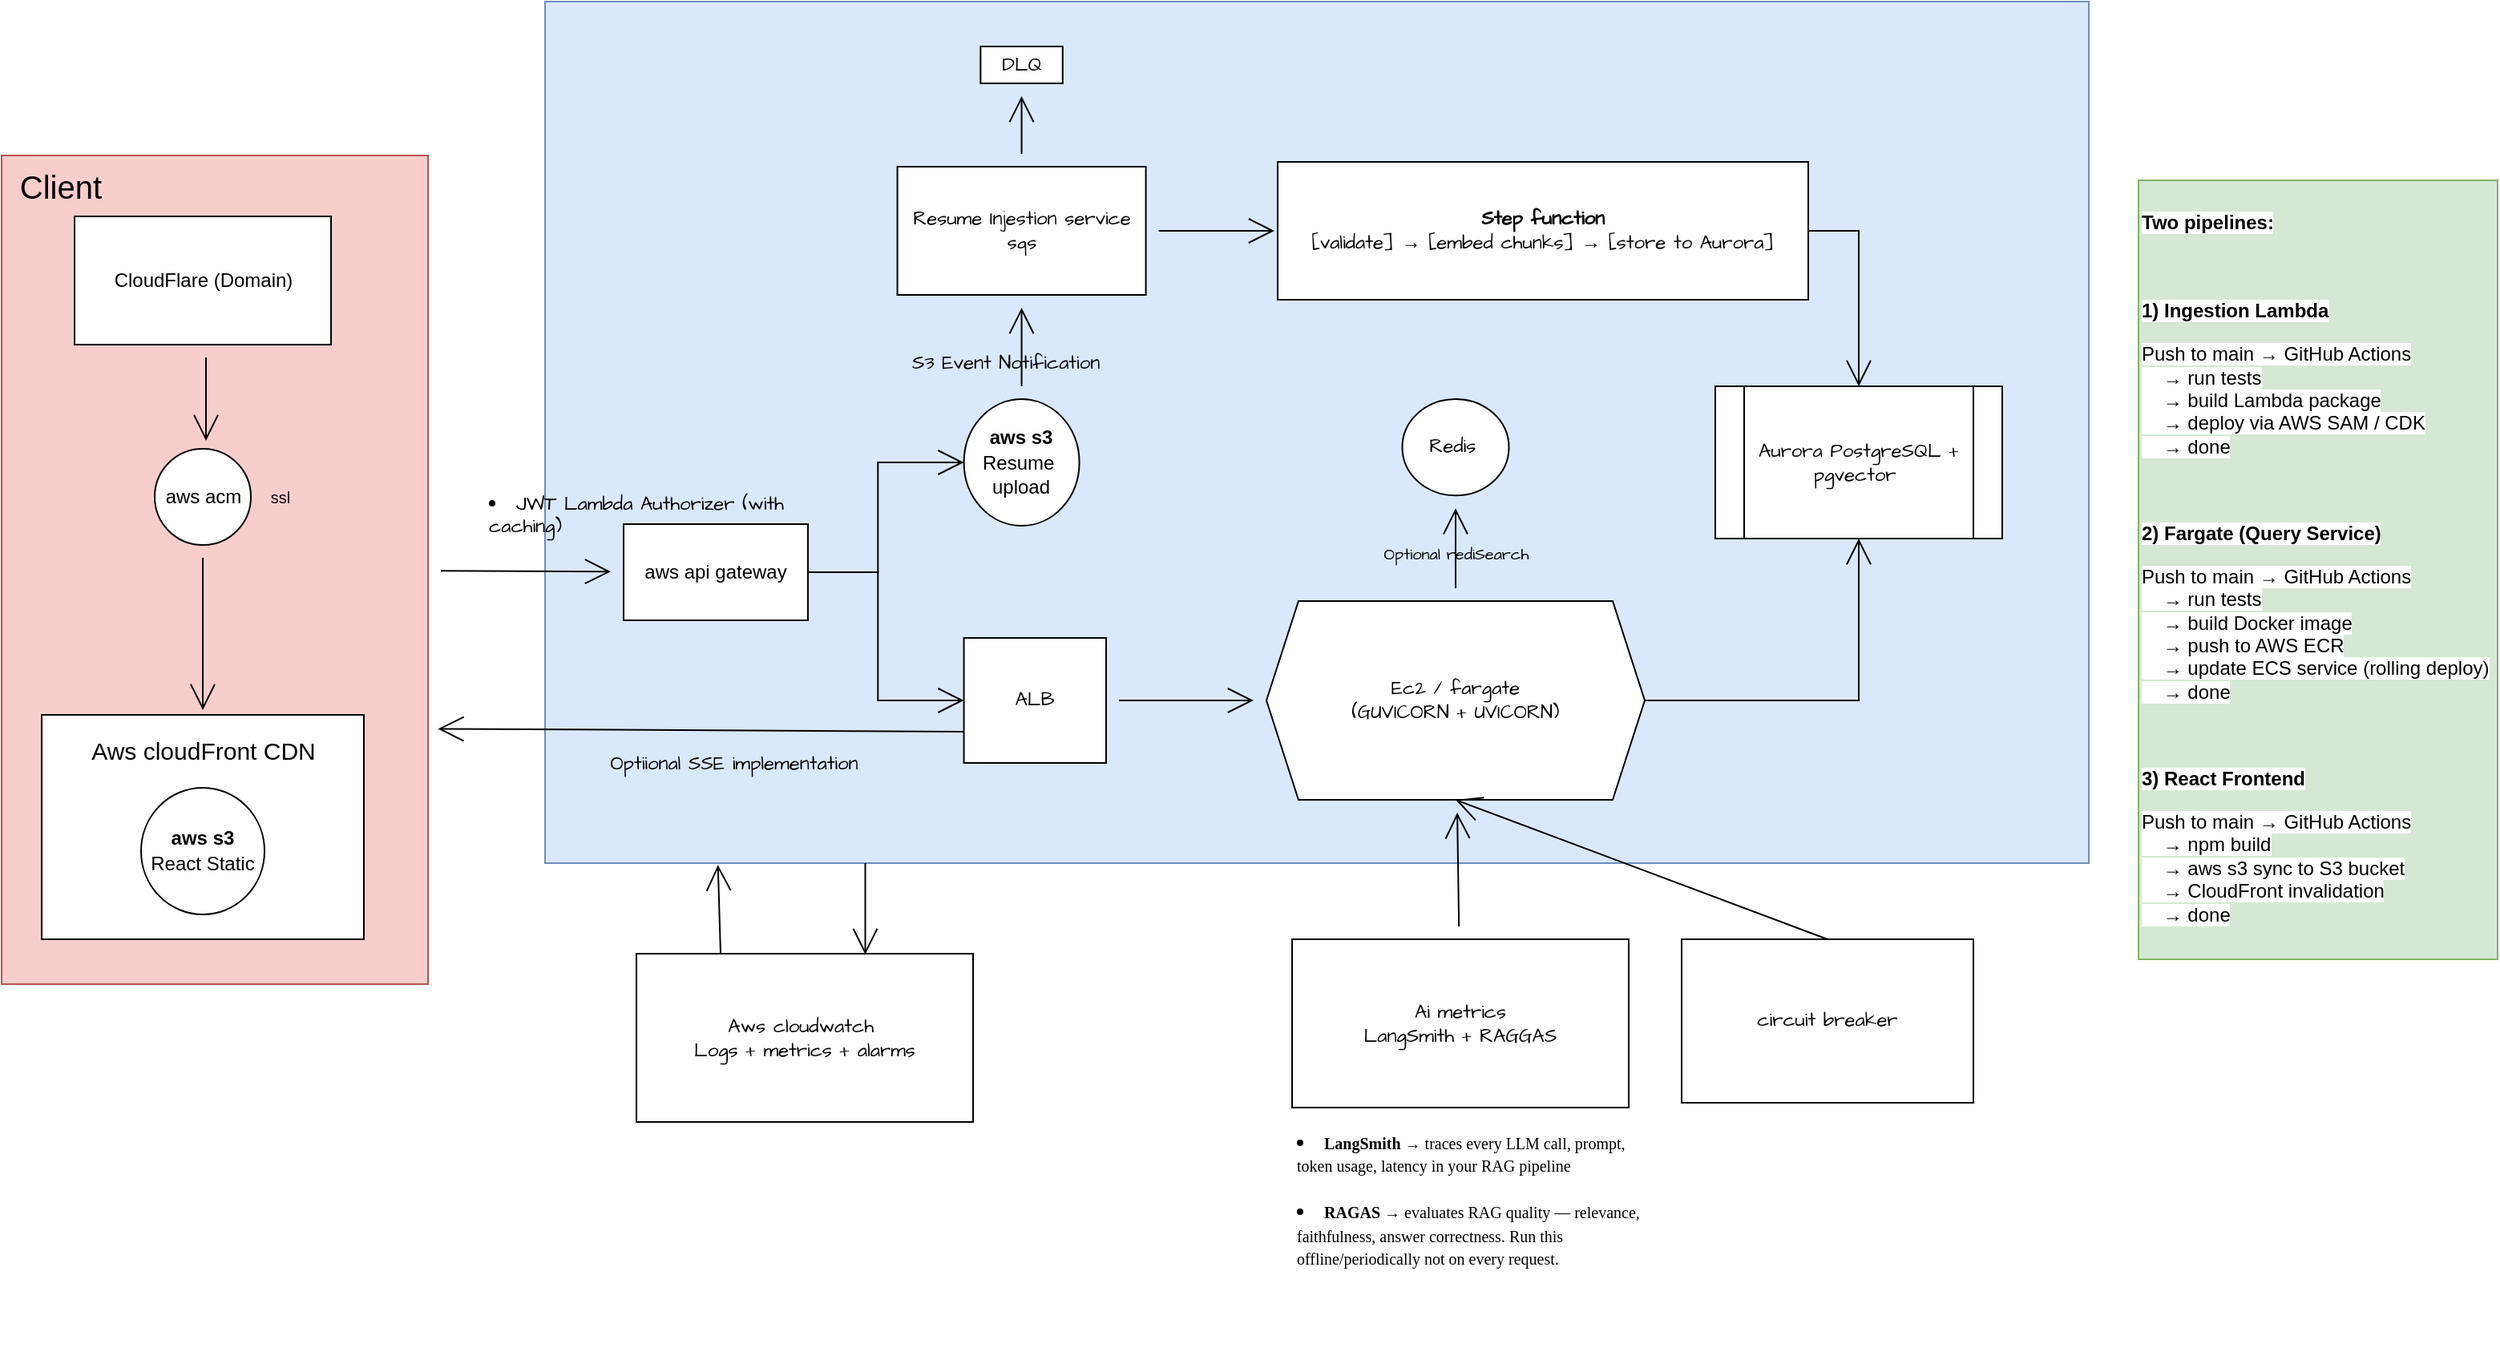
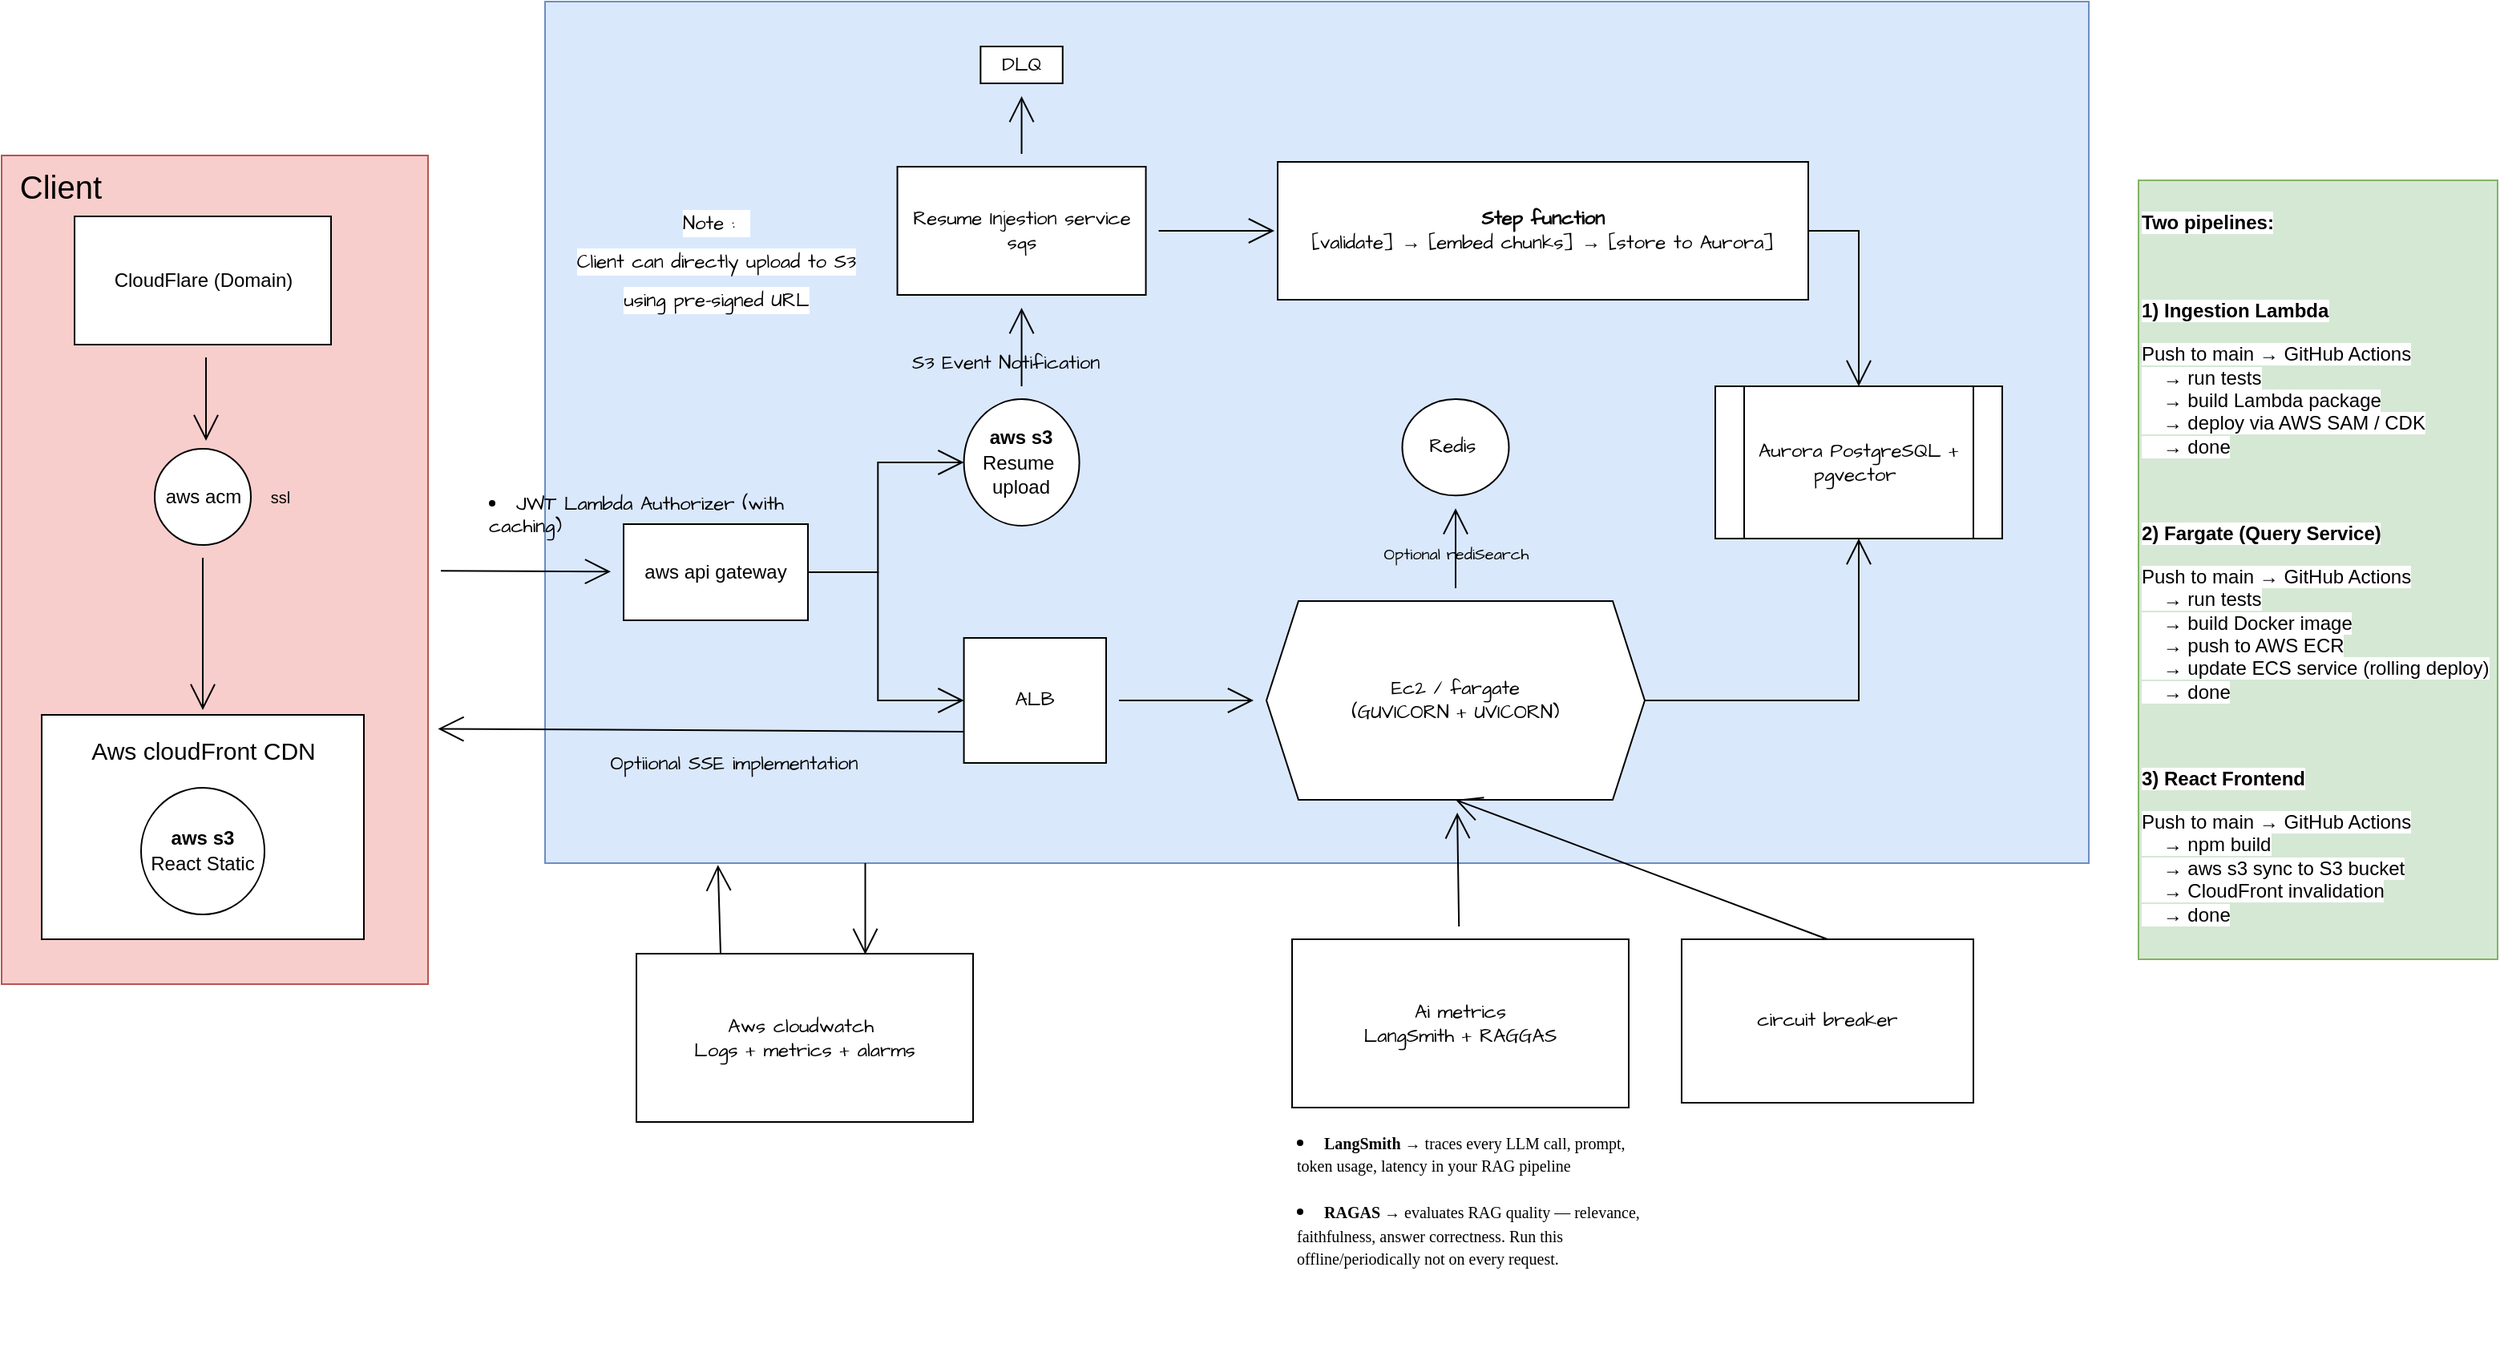
<mxfile host="app.diagrams.net">
  <diagram name="Page-1" id="SOHPCcRNUhLTlrNE90n2">
-     <mxGraphModel dx="2760" dy="1299" grid="0" gridSize="10" guides="1" tooltips="1" connect="1" arrows="1" fold="1" page="0" pageScale="1" pageWidth="850" pageHeight="1100" math="0" shadow="0">
+     <mxGraphModel dx="3087" dy="1448" grid="0" gridSize="10" guides="1" tooltips="1" connect="1" arrows="1" fold="1" page="0" pageScale="1" pageWidth="850" pageHeight="1100" math="0" shadow="0">
      <root>
        <mxCell id="0" />
        <mxCell id="1" parent="0" />
        <mxCell id="rra6tTRvJPethr66ALMW-70" parent="1" style="rounded=0;whiteSpace=wrap;html=1;fontFamily=Architects Daughter;fontSource=https%3A%2F%2Ffonts.googleapis.com%2Fcss%3Ffamily%3DArchitects%2BDaughter;fillColor=#dae8fc;strokeColor=#6c8ebf;" value="" vertex="1">
          <mxGeometry height="537.5" width="963" x="-361" y="-367" as="geometry" />
        </mxCell>
        <mxCell id="rra6tTRvJPethr66ALMW-63" edge="1" parent="1" source="rra6tTRvJPethr66ALMW-55" style="edgeStyle=orthogonalEdgeStyle;rounded=0;orthogonalLoop=1;jettySize=auto;html=1;exitX=1;exitY=0.5;exitDx=0;exitDy=0;entryX=0.5;entryY=0;entryDx=0;entryDy=0;fontFamily=Architects Daughter;fontSource=https%3A%2F%2Ffonts.googleapis.com%2Fcss%3Ffamily%3DArchitects%2BDaughter;fontSize=16;startSize=14;endArrow=open;endSize=14;sourcePerimeterSpacing=8;targetPerimeterSpacing=8;" target="rra6tTRvJPethr66ALMW-46">
          <mxGeometry relative="1" as="geometry" />
        </mxCell>
        <mxCell id="rra6tTRvJPethr66ALMW-55" parent="1" style="rounded=0;whiteSpace=wrap;html=1;fontFamily=Architects Daughter;fontSource=https%3A%2F%2Ffonts.googleapis.com%2Fcss%3Ffamily%3DArchitects%2BDaughter;" value="&lt;span style=&quot;text-align: left;&quot;&gt;&lt;b&gt;Step function&lt;/b&gt;&lt;br&gt;[validate] → [embed chunks] → [store to Aurora]&lt;/span&gt;" vertex="1">
          <mxGeometry height="86" width="331" x="96" y="-267" as="geometry" />
        </mxCell>
        <mxCell id="rra6tTRvJPethr66ALMW-19" edge="1" parent="1" source="rra6tTRvJPethr66ALMW-16" style="edgeStyle=none;curved=1;rounded=0;orthogonalLoop=1;jettySize=auto;html=1;fontFamily=Architects Daughter;fontSource=https%3A%2F%2Ffonts.googleapis.com%2Fcss%3Ffamily%3DArchitects%2BDaughter;fontSize=16;startSize=14;endArrow=open;endSize=14;sourcePerimeterSpacing=8;targetPerimeterSpacing=8;" target="rra6tTRvJPethr66ALMW-18" value="">
          <mxGeometry relative="1" as="geometry" />
        </mxCell>
        <mxCell id="rra6tTRvJPethr66ALMW-16" parent="1" style="rounded=0;whiteSpace=wrap;html=1;fontFamily=Architects Daughter;fontSource=https%3A%2F%2Ffonts.googleapis.com%2Fcss%3Ffamily%3DArchitects%2BDaughter;fillColor=#f8cecc;strokeColor=#b85450;" value="" vertex="1">
          <mxGeometry height="517" width="266" x="-700" y="-271" as="geometry" />
        </mxCell>
        <mxCell id="rra6tTRvJPethr66ALMW-2" parent="1" style="rounded=0;whiteSpace=wrap;html=1;fontFamily=Architects Daughter;fontSource=https%3A%2F%2Ffonts.googleapis.com%2Fcss%3Ffamily%3DArchitects%2BDaughter;" value="" vertex="1">
          <mxGeometry height="140" width="201" x="-675" y="78" as="geometry" />
        </mxCell>
        <mxCell id="rra6tTRvJPethr66ALMW-1" parent="1" style="ellipse;whiteSpace=wrap;html=1;fontFamily=Architects Daughter;fontSource=https%3A%2F%2Ffonts.googleapis.com%2Fcss%3Ffamily%3DArchitects%2BDaughter;" value="&lt;font face=&quot;Helvetica&quot;&gt;&lt;b&gt;aws s3&lt;/b&gt;&lt;br&gt;React Static&lt;/font&gt;" vertex="1">
          <mxGeometry height="79" width="77" x="-613" y="123.5" as="geometry" />
        </mxCell>
        <mxCell id="rra6tTRvJPethr66ALMW-3" parent="1" style="text;html=1;whiteSpace=wrap;strokeColor=none;fillColor=none;align=center;verticalAlign=middle;rounded=0;fontSize=20;fontFamily=Helvetica;" value="&lt;font style=&quot;font-size: 15px;&quot;&gt;Aws cloudFront CDN&lt;/font&gt;" vertex="1">
          <mxGeometry height="30" width="186" x="-667.5" y="83" as="geometry" />
        </mxCell>
        <mxCell id="rra6tTRvJPethr66ALMW-10" edge="1" parent="1" style="edgeStyle=none;curved=1;rounded=0;orthogonalLoop=1;jettySize=auto;html=1;fontFamily=Architects Daughter;fontSource=https%3A%2F%2Ffonts.googleapis.com%2Fcss%3Ffamily%3DArchitects%2BDaughter;fontSize=16;startSize=14;endArrow=open;endSize=14;sourcePerimeterSpacing=8;targetPerimeterSpacing=8;" value="">
          <mxGeometry relative="1" as="geometry">
            <mxPoint x="-572.5" y="-145" as="sourcePoint" />
            <mxPoint x="-572.5" y="-93" as="targetPoint" />
          </mxGeometry>
        </mxCell>
        <mxCell id="rra6tTRvJPethr66ALMW-5" parent="1" style="rounded=0;whiteSpace=wrap;html=1;fontFamily=Helvetica;" value="CloudFlare (Domain)" vertex="1">
          <mxGeometry height="80" width="160" x="-654.5" y="-233" as="geometry" />
        </mxCell>
        <mxCell id="rra6tTRvJPethr66ALMW-14" edge="1" parent="1" source="rra6tTRvJPethr66ALMW-12" style="edgeStyle=none;curved=1;rounded=0;orthogonalLoop=1;jettySize=auto;html=1;fontFamily=Architects Daughter;fontSource=https%3A%2F%2Ffonts.googleapis.com%2Fcss%3Ffamily%3DArchitects%2BDaughter;fontSize=16;startSize=14;endArrow=open;endSize=14;sourcePerimeterSpacing=8;targetPerimeterSpacing=8;" target="rra6tTRvJPethr66ALMW-3" value="">
          <mxGeometry relative="1" as="geometry" />
        </mxCell>
        <mxCell id="rra6tTRvJPethr66ALMW-12" parent="1" style="ellipse;whiteSpace=wrap;html=1;fontFamily=Architects Daughter;fontSource=https%3A%2F%2Ffonts.googleapis.com%2Fcss%3Ffamily%3DArchitects%2BDaughter;" value="&lt;font face=&quot;Helvetica&quot;&gt;aws acm&lt;/font&gt;" vertex="1">
          <mxGeometry height="60" width="60" x="-604.5" y="-88" as="geometry" />
        </mxCell>
        <mxCell id="rra6tTRvJPethr66ALMW-15" parent="1" style="text;html=1;whiteSpace=wrap;strokeColor=none;fillColor=none;align=center;verticalAlign=middle;rounded=0;fontSize=10;fontFamily=Helvetica;" value="&lt;font&gt;ssl&lt;/font&gt;" vertex="1">
          <mxGeometry height="18" width="32" x="-542" y="-67" as="geometry" />
        </mxCell>
        <mxCell id="rra6tTRvJPethr66ALMW-17" parent="1" style="text;html=1;whiteSpace=wrap;strokeColor=none;fillColor=none;align=center;verticalAlign=middle;rounded=0;fontSize=20;fontFamily=Architects Daughter;fontSource=https%3A%2F%2Ffonts.googleapis.com%2Fcss%3Ffamily%3DArchitects%2BDaughter;" value="&lt;font face=&quot;Helvetica&quot;&gt;Client&lt;/font&gt;" vertex="1">
          <mxGeometry height="30" width="60" x="-693" y="-266" as="geometry" />
        </mxCell>
        <mxCell id="rra6tTRvJPethr66ALMW-27" edge="1" parent="1" source="rra6tTRvJPethr66ALMW-18" style="edgeStyle=orthogonalEdgeStyle;rounded=0;orthogonalLoop=1;jettySize=auto;html=1;fontFamily=Architects Daughter;fontSource=https%3A%2F%2Ffonts.googleapis.com%2Fcss%3Ffamily%3DArchitects%2BDaughter;fontSize=16;startSize=14;endArrow=open;endSize=14;sourcePerimeterSpacing=8;targetPerimeterSpacing=8;entryX=0;entryY=0.5;entryDx=0;entryDy=0;" target="rra6tTRvJPethr66ALMW-42" value="">
          <mxGeometry relative="1" as="geometry">
            <mxPoint x="-103" y="-13.867567567567448" as="targetPoint" />
          </mxGeometry>
        </mxCell>
        <mxCell id="rra6tTRvJPethr66ALMW-47" edge="1" parent="1" source="rra6tTRvJPethr66ALMW-18" style="edgeStyle=orthogonalEdgeStyle;rounded=0;orthogonalLoop=1;jettySize=auto;html=1;exitX=1;exitY=0.5;exitDx=0;exitDy=0;entryX=0;entryY=0.5;entryDx=0;entryDy=0;fontFamily=Architects Daughter;fontSource=https%3A%2F%2Ffonts.googleapis.com%2Fcss%3Ffamily%3DArchitects%2BDaughter;fontSize=16;startSize=14;endArrow=open;endSize=14;sourcePerimeterSpacing=8;targetPerimeterSpacing=8;" target="rra6tTRvJPethr66ALMW-22">
          <mxGeometry relative="1" as="geometry" />
        </mxCell>
        <mxCell id="rra6tTRvJPethr66ALMW-18" parent="1" style="whiteSpace=wrap;html=1;fontFamily=Architects Daughter;rounded=0;fontSource=https%3A%2F%2Ffonts.googleapis.com%2Fcss%3Ffamily%3DArchitects%2BDaughter;" value="&lt;font face=&quot;Helvetica&quot;&gt;aws api gateway&lt;/font&gt;" vertex="1">
          <mxGeometry height="60" width="115" x="-312" y="-41" as="geometry" />
        </mxCell>
        <mxCell id="rra6tTRvJPethr66ALMW-57" edge="1" parent="1" source="rra6tTRvJPethr66ALMW-20" style="edgeStyle=none;curved=1;rounded=0;orthogonalLoop=1;jettySize=auto;html=1;fontFamily=Architects Daughter;fontSource=https%3A%2F%2Ffonts.googleapis.com%2Fcss%3Ffamily%3DArchitects%2BDaughter;fontSize=16;startSize=14;endArrow=open;endSize=14;sourcePerimeterSpacing=8;targetPerimeterSpacing=8;" target="rra6tTRvJPethr66ALMW-56" value="">
          <mxGeometry relative="1" as="geometry" />
        </mxCell>
        <mxCell id="rra6tTRvJPethr66ALMW-58" edge="1" parent="1" source="rra6tTRvJPethr66ALMW-20" style="edgeStyle=none;curved=1;rounded=0;orthogonalLoop=1;jettySize=auto;html=1;fontFamily=Architects Daughter;fontSource=https%3A%2F%2Ffonts.googleapis.com%2Fcss%3Ffamily%3DArchitects%2BDaughter;fontSize=16;startSize=14;endArrow=open;endSize=14;sourcePerimeterSpacing=8;targetPerimeterSpacing=8;" value="">
          <mxGeometry relative="1" as="geometry">
            <mxPoint x="94.00000000000045" y="-224" as="targetPoint" />
          </mxGeometry>
        </mxCell>
        <mxCell id="rra6tTRvJPethr66ALMW-20" parent="1" style="rounded=0;whiteSpace=wrap;html=1;fontFamily=Architects Daughter;fontSource=https%3A%2F%2Ffonts.googleapis.com%2Fcss%3Ffamily%3DArchitects%2BDaughter;" value="Resume Injestion service&lt;br&gt;sqs" vertex="1">
          <mxGeometry height="80" width="155" x="-141.22000000000003" y="-264" as="geometry" />
        </mxCell>
        <mxCell id="rra6tTRvJPethr66ALMW-51" edge="1" parent="1" source="rra6tTRvJPethr66ALMW-22" style="edgeStyle=none;curved=1;rounded=0;orthogonalLoop=1;jettySize=auto;html=1;exitX=0;exitY=0.75;exitDx=0;exitDy=0;fontFamily=Architects Daughter;fontSource=https%3A%2F%2Ffonts.googleapis.com%2Fcss%3Ffamily%3DArchitects%2BDaughter;fontSize=16;startSize=14;endArrow=open;endSize=14;sourcePerimeterSpacing=8;targetPerimeterSpacing=8;">
          <mxGeometry relative="1" as="geometry">
            <mxPoint x="-427.7921840122767" y="86.71428571428578" as="targetPoint" />
          </mxGeometry>
        </mxCell>
        <mxCell id="rra6tTRvJPethr66ALMW-22" parent="1" style="rounded=0;whiteSpace=wrap;html=1;fontFamily=Architects Daughter;fontSource=https%3A%2F%2Ffonts.googleapis.com%2Fcss%3Ffamily%3DArchitects%2BDaughter;" value="ALB" vertex="1">
          <mxGeometry height="78" width="88.71" x="-99.71" y="30" as="geometry" />
        </mxCell>
        <mxCell id="rra6tTRvJPethr66ALMW-41" parent="1" style="text;whiteSpace=wrap;html=1;fontFamily=Architects Daughter;fontSource=https%3A%2F%2Ffonts.googleapis.com%2Fcss%3Ffamily%3DArchitects%2BDaughter;" value="&lt;li class=&quot;font-claude-response-body whitespace-normal break-words pl-2&quot;&gt;JWT Lambda Authorizer (with caching)&lt;/li&gt;" vertex="1">
          <mxGeometry height="34.14" width="232.29" x="-398" y="-67" as="geometry" />
        </mxCell>
        <mxCell id="rra6tTRvJPethr66ALMW-43" edge="1" parent="1" source="rra6tTRvJPethr66ALMW-42" style="edgeStyle=none;curved=1;rounded=0;orthogonalLoop=1;jettySize=auto;html=1;fontFamily=Architects Daughter;fontSource=https%3A%2F%2Ffonts.googleapis.com%2Fcss%3Ffamily%3DArchitects%2BDaughter;fontSize=16;startSize=14;endArrow=open;endSize=14;sourcePerimeterSpacing=8;targetPerimeterSpacing=8;" target="rra6tTRvJPethr66ALMW-20" value="">
          <mxGeometry relative="1" as="geometry" />
        </mxCell>
        <mxCell id="rra6tTRvJPethr66ALMW-42" parent="1" style="ellipse;whiteSpace=wrap;html=1;fontFamily=Architects Daughter;fontSource=https%3A%2F%2Ffonts.googleapis.com%2Fcss%3Ffamily%3DArchitects%2BDaughter;" value="&lt;font face=&quot;Helvetica&quot;&gt;&lt;b&gt;aws s3&lt;/b&gt;&lt;br&gt;Resume&amp;nbsp; upload&lt;/font&gt;" vertex="1">
          <mxGeometry height="79" width="72" x="-99.71" y="-119" as="geometry" />
        </mxCell>
        <mxCell id="rra6tTRvJPethr66ALMW-46" parent="1" style="shape=process;whiteSpace=wrap;html=1;backgroundOutline=1;fontFamily=Architects Daughter;fontSource=https%3A%2F%2Ffonts.googleapis.com%2Fcss%3Ffamily%3DArchitects%2BDaughter;" value="Aurora PostgreSQL + pgvector&amp;nbsp;" vertex="1">
          <mxGeometry height="95" width="179" x="369" y="-127" as="geometry" />
        </mxCell>
        <mxCell id="rra6tTRvJPethr66ALMW-48" edge="1" parent="1" source="rra6tTRvJPethr66ALMW-22" style="edgeStyle=none;curved=1;rounded=0;orthogonalLoop=1;jettySize=auto;html=1;fontFamily=Architects Daughter;fontSource=https%3A%2F%2Ffonts.googleapis.com%2Fcss%3Ffamily%3DArchitects%2BDaughter;fontSize=16;startSize=14;endArrow=open;endSize=14;sourcePerimeterSpacing=8;targetPerimeterSpacing=8;" target="rra6tTRvJPethr66ALMW-38" value="">
          <mxGeometry relative="1" as="geometry">
            <mxPoint x="100" y="65" as="sourcePoint" />
            <mxPoint x="417.5943068734091" y="60.00960425827361" as="targetPoint" />
          </mxGeometry>
        </mxCell>
        <mxCell id="rra6tTRvJPethr66ALMW-64" edge="1" parent="1" source="rra6tTRvJPethr66ALMW-38" style="edgeStyle=orthogonalEdgeStyle;rounded=0;orthogonalLoop=1;jettySize=auto;html=1;exitX=1;exitY=0.5;exitDx=0;exitDy=0;entryX=0.5;entryY=1;entryDx=0;entryDy=0;fontFamily=Architects Daughter;fontSource=https%3A%2F%2Ffonts.googleapis.com%2Fcss%3Ffamily%3DArchitects%2BDaughter;fontSize=16;startSize=14;endArrow=open;endSize=14;sourcePerimeterSpacing=8;targetPerimeterSpacing=8;" target="rra6tTRvJPethr66ALMW-46">
          <mxGeometry relative="1" as="geometry" />
        </mxCell>
        <mxCell id="rra6tTRvJPethr66ALMW-89" edge="1" parent="1" source="rra6tTRvJPethr66ALMW-38" style="edgeStyle=none;curved=1;rounded=0;orthogonalLoop=1;jettySize=auto;html=1;fontFamily=Architects Daughter;fontSource=https%3A%2F%2Ffonts.googleapis.com%2Fcss%3Ffamily%3DArchitects%2BDaughter;fontSize=16;startSize=14;endArrow=open;endSize=14;sourcePerimeterSpacing=8;targetPerimeterSpacing=8;" target="rra6tTRvJPethr66ALMW-50" value="">
          <mxGeometry relative="1" as="geometry" />
        </mxCell>
        <mxCell id="rra6tTRvJPethr66ALMW-38" parent="1" style="shape=hexagon;perimeter=hexagonPerimeter2;whiteSpace=wrap;html=1;fixedSize=1;fontFamily=Architects Daughter;fontSource=https%3A%2F%2Ffonts.googleapis.com%2Fcss%3Ffamily%3DArchitects%2BDaughter;" value="Ec2 / fargate&lt;br&gt;(GUVICORN + UVICORN)" vertex="1">
          <mxGeometry height="124" width="236" x="89" y="7" as="geometry" />
        </mxCell>
        <mxCell id="rra6tTRvJPethr66ALMW-50" parent="1" style="ellipse;whiteSpace=wrap;html=1;fontFamily=Architects Daughter;fontSource=https%3A%2F%2Ffonts.googleapis.com%2Fcss%3Ffamily%3DArchitects%2BDaughter;" value="Redis&amp;nbsp;" vertex="1">
          <mxGeometry height="60.14" width="66.5" x="173.75" y="-119" as="geometry" />
        </mxCell>
        <mxCell id="rra6tTRvJPethr66ALMW-53" parent="1" style="text;html=1;whiteSpace=wrap;strokeColor=none;fillColor=none;align=center;verticalAlign=middle;rounded=0;fontSize=12;fontFamily=Architects Daughter;fontSource=https%3A%2F%2Ffonts.googleapis.com%2Fcss%3Ffamily%3DArchitects%2BDaughter;" value="Optiional SSE implementation" vertex="1">
          <mxGeometry height="30" width="272" x="-378.85" y="93.5" as="geometry" />
        </mxCell>
        <mxCell id="rra6tTRvJPethr66ALMW-56" parent="1" style="rounded=0;whiteSpace=wrap;html=1;fontFamily=Architects Daughter;fontSource=https%3A%2F%2Ffonts.googleapis.com%2Fcss%3Ffamily%3DArchitects%2BDaughter;" value="DLQ" vertex="1">
          <mxGeometry height="23" width="51.21" x="-89.32" y="-339" as="geometry" />
        </mxCell>
        <mxCell id="rra6tTRvJPethr66ALMW-60" parent="1" style="text;whiteSpace=wrap;html=1;fontFamily=Architects Daughter;fontSource=https%3A%2F%2Ffonts.googleapis.com%2Fcss%3Ffamily%3DArchitects%2BDaughter;" value="S3 Event Notification" vertex="1">
          <mxGeometry height="36" width="145" x="-134" y="-155.00117675781252" as="geometry" />
        </mxCell>
        <mxCell id="rra6tTRvJPethr66ALMW-61" parent="1" style="text;html=1;whiteSpace=wrap;strokeColor=none;fillColor=none;align=center;verticalAlign=middle;rounded=0;fontSize=20;fontFamily=Architects Daughter;fontSource=https%3A%2F%2Ffonts.googleapis.com%2Fcss%3Ffamily%3DArchitects%2BDaughter;" value="&lt;font style=&quot;font-size: 10px;&quot;&gt;Optional rediSearch&lt;/font&gt;" vertex="1">
          <mxGeometry height="30" width="109" x="152.5" y="-41" as="geometry" />
        </mxCell>
        <mxCell id="rra6tTRvJPethr66ALMW-65" parent="1" style="rounded=0;whiteSpace=wrap;html=1;fontFamily=Architects Daughter;fontSource=https%3A%2F%2Ffonts.googleapis.com%2Fcss%3Ffamily%3DArchitects%2BDaughter;" value="Aws cloudwatch&amp;nbsp;&lt;br&gt;Logs + metrics + alarms" vertex="1">
          <mxGeometry height="105" width="210" x="-304" y="227" as="geometry" />
        </mxCell>
        <mxCell id="rra6tTRvJPethr66ALMW-73" edge="1" parent="1" source="rra6tTRvJPethr66ALMW-69" style="edgeStyle=none;curved=1;rounded=0;orthogonalLoop=1;jettySize=auto;html=1;fontFamily=Architects Daughter;fontSource=https%3A%2F%2Ffonts.googleapis.com%2Fcss%3Ffamily%3DArchitects%2BDaughter;fontSize=16;startSize=14;endArrow=open;endSize=14;sourcePerimeterSpacing=8;targetPerimeterSpacing=8;" target="rra6tTRvJPethr66ALMW-38" value="">
          <mxGeometry relative="1" as="geometry" />
        </mxCell>
        <mxCell id="rra6tTRvJPethr66ALMW-69" parent="1" style="rounded=0;whiteSpace=wrap;html=1;fontFamily=Architects Daughter;fontSource=https%3A%2F%2Ffonts.googleapis.com%2Fcss%3Ffamily%3DArchitects%2BDaughter;" value="Ai metrics&lt;br&gt;LangSmith + RAGGAS" vertex="1">
          <mxGeometry height="105" width="210" x="105" y="218" as="geometry" />
        </mxCell>
        <mxCell id="rra6tTRvJPethr66ALMW-74" edge="1" parent="1" source="rra6tTRvJPethr66ALMW-71" style="edgeStyle=none;curved=1;rounded=0;orthogonalLoop=1;jettySize=auto;html=1;exitX=0.5;exitY=0;exitDx=0;exitDy=0;entryX=0.5;entryY=1;entryDx=0;entryDy=0;fontFamily=Architects Daughter;fontSource=https%3A%2F%2Ffonts.googleapis.com%2Fcss%3Ffamily%3DArchitects%2BDaughter;fontSize=16;startSize=14;endArrow=open;endSize=14;sourcePerimeterSpacing=8;targetPerimeterSpacing=8;" target="rra6tTRvJPethr66ALMW-38">
          <mxGeometry relative="1" as="geometry" />
        </mxCell>
        <mxCell id="rra6tTRvJPethr66ALMW-71" parent="1" style="rounded=0;whiteSpace=wrap;html=1;fontFamily=Architects Daughter;fontSource=https%3A%2F%2Ffonts.googleapis.com%2Fcss%3Ffamily%3DArchitects%2BDaughter;" value="circuit breaker" vertex="1">
          <mxGeometry height="102" width="182" x="348" y="218" as="geometry" />
        </mxCell>
        <mxCell id="rra6tTRvJPethr66ALMW-72" parent="1" style="text;whiteSpace=wrap;html=1;fontFamily=Architects Daughter;fontSource=https%3A%2F%2Ffonts.googleapis.com%2Fcss%3Ffamily%3DArchitects%2BDaughter;" value="&lt;li class=&quot;font-claude-response-body whitespace-normal break-words pl-2&quot;&gt;&lt;font face=&quot;Verdana&quot; style=&quot;font-size: 10px;&quot;&gt;&lt;strong&gt;LangSmith&lt;/strong&gt; → traces every LLM call, prompt, token usage, latency in your RAG pipeline&lt;/font&gt;&lt;/li&gt;&lt;font face=&quot;Verdana&quot; style=&quot;font-size: 10px;&quot;&gt;&lt;br&gt;&lt;/font&gt;&lt;li class=&quot;font-claude-response-body whitespace-normal break-words pl-2&quot;&gt;&lt;font face=&quot;Verdana&quot; style=&quot;font-size: 10px;&quot;&gt;&lt;strong&gt;RAGAS&lt;/strong&gt; → evaluates RAG quality — relevance, faithfulness, answer correctness. Run this offline/periodically not on every request.&lt;/font&gt;&lt;/li&gt;" vertex="1">
          <mxGeometry height="145" width="219" x="106" y="332" as="geometry" />
        </mxCell>
        <mxCell id="rra6tTRvJPethr66ALMW-76" edge="1" parent="1" style="edgeStyle=none;curved=1;rounded=0;orthogonalLoop=1;jettySize=auto;html=1;exitX=0.25;exitY=1;exitDx=0;exitDy=0;entryX=0.875;entryY=0.005;entryDx=0;entryDy=0;entryPerimeter=0;fontFamily=Architects Daughter;fontSource=https%3A%2F%2Ffonts.googleapis.com%2Fcss%3Ffamily%3DArchitects%2BDaughter;fontSize=16;startSize=14;endArrow=open;endSize=14;sourcePerimeterSpacing=8;targetPerimeterSpacing=8;">
          <mxGeometry relative="1" as="geometry">
            <mxPoint x="-161.25" y="170.50000000000023" as="sourcePoint" />
            <mxPoint x="-161.25" y="227.52500000000032" as="targetPoint" />
          </mxGeometry>
        </mxCell>
        <mxCell id="rra6tTRvJPethr66ALMW-78" edge="1" parent="1" source="rra6tTRvJPethr66ALMW-65" style="edgeStyle=none;curved=1;rounded=0;orthogonalLoop=1;jettySize=auto;html=1;exitX=0.25;exitY=0;exitDx=0;exitDy=0;entryX=0.112;entryY=1.002;entryDx=0;entryDy=0;entryPerimeter=0;fontFamily=Architects Daughter;fontSource=https%3A%2F%2Ffonts.googleapis.com%2Fcss%3Ffamily%3DArchitects%2BDaughter;fontSize=16;startSize=14;endArrow=open;endSize=14;sourcePerimeterSpacing=8;targetPerimeterSpacing=8;" target="rra6tTRvJPethr66ALMW-70">
          <mxGeometry relative="1" as="geometry" />
        </mxCell>
        <UserObject label="&lt;p class=&quot;font-claude-response-body break-words whitespace-normal leading-[1.7]&quot;&gt;&lt;strong&gt;&lt;font face=&quot;Helvetica&quot; style=&quot;background-color: light-dark(#ffffff, var(--ge-dark-color, #121212));&quot;&gt;Two pipelines:&lt;/font&gt;&lt;/strong&gt;&lt;/p&gt;&lt;font face=&quot;Helvetica&quot; style=&quot;background-color: light-dark(#ffffff, var(--ge-dark-color, #121212));&quot;&gt;&lt;br&gt;&lt;/font&gt;&lt;p class=&quot;font-claude-response-body break-words whitespace-normal leading-[1.7]&quot;&gt;&lt;strong&gt;&lt;font face=&quot;Helvetica&quot; style=&quot;background-color: light-dark(#ffffff, var(--ge-dark-color, #121212));&quot;&gt;1) Ingestion Lambda&lt;/font&gt;&lt;/strong&gt;&lt;/p&gt;&lt;div role=&quot;group&quot; aria-label=&quot;Code&quot; tabindex=&quot;0&quot; class=&quot;relative group/copy bg-bg-000/50 border-0.5 border-border-400 rounded-lg focus:outline-none focus-visible:ring-2 focus-visible:ring-accent-100&quot;&gt;&lt;div class=&quot;overflow-x-auto&quot;&gt;&lt;pre class=&quot;code-block__code !my-0 !rounded-lg !text-sm !leading-relaxed p-3.5&quot; style=&quot;background: transparent;&quot;&gt;&lt;code style=&quot;background-image: initial; background-position: initial; background-size: initial; background-repeat: initial; background-attachment: initial; background-origin: initial; background-clip: initial; white-space: pre-wrap;&quot;&gt;&lt;font face=&quot;Helvetica&quot; style=&quot;background-color: light-dark(#ffffff, var(--ge-dark-color, #121212));&quot;&gt;&lt;span&gt;&lt;span&gt;Push to main → GitHub Actions&lt;br&gt;&lt;/span&gt;&lt;/span&gt;&lt;span&gt;    → run tests&lt;br&gt;&lt;/span&gt;&lt;span&gt;    → build Lambda package&lt;br&gt;&lt;/span&gt;&lt;span&gt;    → deploy via AWS SAM / CDK&lt;br&gt;&lt;/span&gt;&lt;span&gt;    → done&lt;/span&gt;&lt;/font&gt;&lt;/code&gt;&lt;/pre&gt;&lt;/div&gt;&lt;/div&gt;&lt;font face=&quot;Helvetica&quot; style=&quot;background-color: light-dark(#ffffff, var(--ge-dark-color, #121212));&quot;&gt;&lt;br&gt;&lt;/font&gt;&lt;p class=&quot;font-claude-response-body break-words whitespace-normal leading-[1.7]&quot;&gt;&lt;strong&gt;&lt;font face=&quot;Helvetica&quot; style=&quot;background-color: light-dark(#ffffff, var(--ge-dark-color, #121212));&quot;&gt;2) Fargate (Query Service)&lt;/font&gt;&lt;/strong&gt;&lt;/p&gt;&lt;div role=&quot;group&quot; aria-label=&quot;Code&quot; tabindex=&quot;0&quot; class=&quot;relative group/copy bg-bg-000/50 border-0.5 border-border-400 rounded-lg focus:outline-none focus-visible:ring-2 focus-visible:ring-accent-100&quot;&gt;&lt;div class=&quot;overflow-x-auto&quot;&gt;&lt;pre class=&quot;code-block__code !my-0 !rounded-lg !text-sm !leading-relaxed p-3.5&quot; style=&quot;background: transparent;&quot;&gt;&lt;code style=&quot;background-image: initial; background-position: initial; background-size: initial; background-repeat: initial; background-attachment: initial; background-origin: initial; background-clip: initial; white-space: pre-wrap;&quot;&gt;&lt;font face=&quot;Helvetica&quot; style=&quot;background-color: light-dark(#ffffff, var(--ge-dark-color, #121212));&quot;&gt;&lt;span&gt;&lt;span&gt;Push to main → GitHub Actions&lt;br&gt;&lt;/span&gt;&lt;/span&gt;&lt;span&gt;    → run tests&lt;br&gt;&lt;/span&gt;&lt;span&gt;    → build Docker image&lt;br&gt;&lt;/span&gt;&lt;span&gt;    → push to AWS ECR&lt;br&gt;&lt;/span&gt;&lt;span&gt;    → update ECS service (rolling deploy)&lt;br&gt;&lt;/span&gt;&lt;span&gt;    → done&lt;/span&gt;&lt;/font&gt;&lt;/code&gt;&lt;/pre&gt;&lt;/div&gt;&lt;/div&gt;&lt;font face=&quot;Helvetica&quot; style=&quot;background-color: light-dark(#ffffff, var(--ge-dark-color, #121212));&quot;&gt;&lt;br&gt;&lt;/font&gt;&lt;p class=&quot;font-claude-response-body break-words whitespace-normal leading-[1.7]&quot;&gt;&lt;strong&gt;&lt;font face=&quot;Helvetica&quot; style=&quot;background-color: light-dark(#ffffff, var(--ge-dark-color, #121212));&quot;&gt;3) React Frontend&lt;/font&gt;&lt;/strong&gt;&lt;/p&gt;&lt;div role=&quot;group&quot; aria-label=&quot;Code&quot; tabindex=&quot;0&quot; class=&quot;relative group/copy bg-bg-000/50 border-0.5 border-border-400 rounded-lg focus:outline-none focus-visible:ring-2 focus-visible:ring-accent-100&quot;&gt;&lt;div class=&quot;overflow-x-auto&quot;&gt;&lt;pre class=&quot;code-block__code !my-0 !rounded-lg !text-sm !leading-relaxed p-3.5&quot; style=&quot;background: transparent;&quot;&gt;&lt;code style=&quot;background-image: initial; background-position: initial; background-size: initial; background-repeat: initial; background-attachment: initial; background-origin: initial; background-clip: initial; white-space: pre-wrap;&quot;&gt;&lt;font face=&quot;Helvetica&quot; style=&quot;background-color: light-dark(#ffffff, var(--ge-dark-color, #121212));&quot;&gt;Push to main → GitHub Actions&lt;br&gt;    → npm build&lt;br&gt;    → aws s3 sync to S3 bucket&lt;br&gt;    → CloudFront invalidation&lt;br&gt;    → done&lt;/font&gt;&lt;/code&gt;&lt;/pre&gt;&lt;/div&gt;&lt;/div&gt;" id="rra6tTRvJPethr66ALMW-85">
          <mxCell parent="1" style="text;whiteSpace=wrap;html=1;fontFamily=Architects Daughter;fontSource=https%3A%2F%2Ffonts.googleapis.com%2Fcss%3Ffamily%3DArchitects%2BDaughter;fillColor=#d5e8d4;strokeColor=#82b366;" vertex="1">
            <mxGeometry height="486" width="224" x="633" y="-255.5" as="geometry" />
          </mxCell>
        </UserObject>
+         <mxCell id="rra6tTRvJPethr66ALMW-90" parent="1" style="text;html=1;whiteSpace=wrap;strokeColor=none;fillColor=none;align=center;verticalAlign=middle;rounded=0;fontSize=20;fontFamily=Architects Daughter;fontSource=https%3A%2F%2Ffonts.googleapis.com%2Fcss%3Ffamily%3DArchitects%2BDaughter;" value="&lt;font style=&quot;font-size: 12px; background-color: light-dark(#ffffff, var(--ge-dark-color, #121212));&quot;&gt;Note :&amp;nbsp;&amp;nbsp;&lt;br&gt;Client can directly upload to S3 using pre-signed URL&lt;/font&gt;" vertex="1">
+           <mxGeometry height="143" width="204" x="-356.5" y="-280" as="geometry" />
+         </mxCell>
      </root>
    </mxGraphModel>
  </diagram>
</mxfile>
